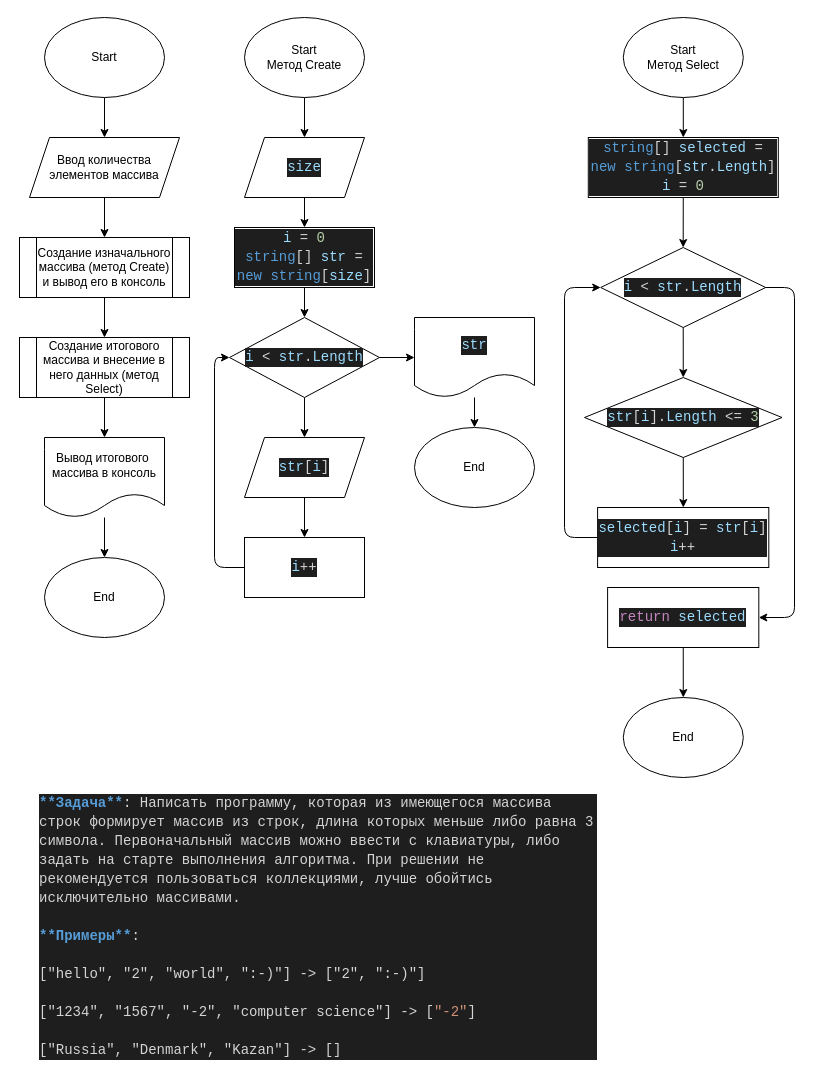
Above: Scheme.drawio in Vlad-on-GiT/chooseSpec (draw.io), before the change. Source tidied: cells renumbered, new cells numbered last; positions are measured from the earlier drawing's top-left corner, leaving out a move shared by most shapes. Both pictures are drawn from the tidied source at 100%, with x=0, y=0 at pixel (19, 17).
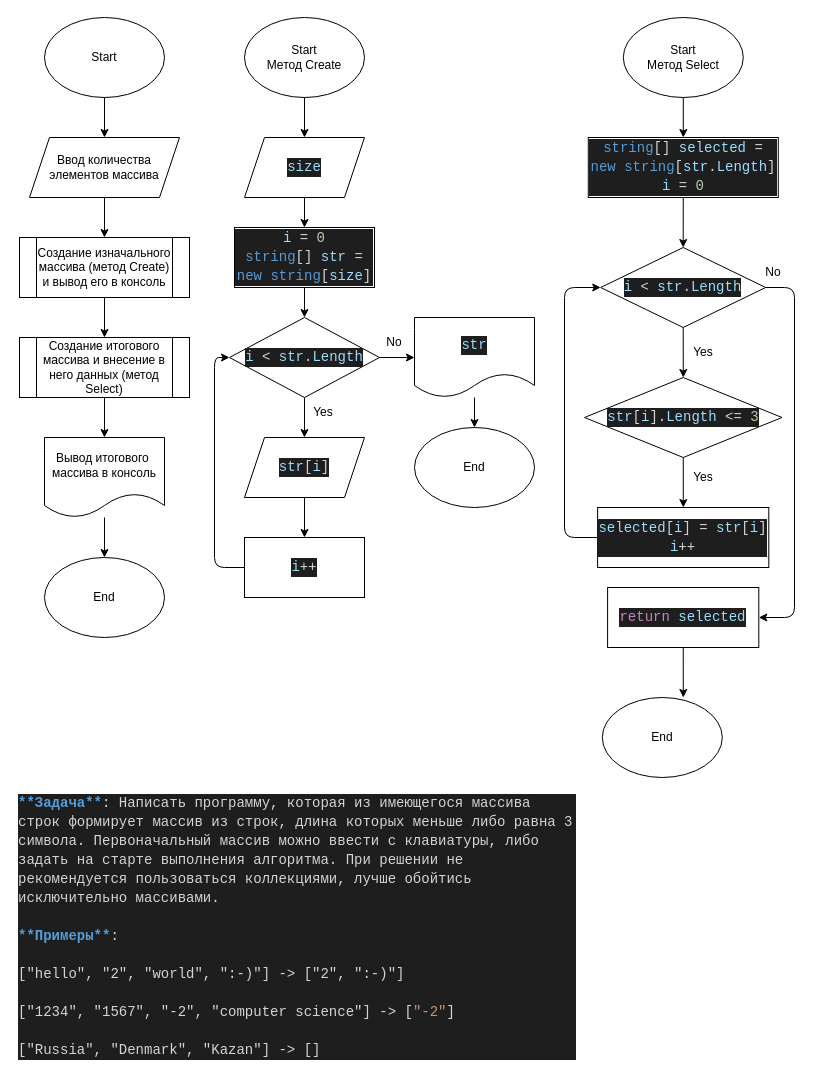
The same diagram, later.

The change refers to these unchanged cells:
```xml
<mxCell id="41" value="&lt;div style=&quot;color: rgb(212 , 212 , 212) ; background-color: rgb(30 , 30 , 30) ; font-family: &amp;#34;consolas&amp;#34; , &amp;#34;courier new&amp;#34; , monospace ; font-size: 14px ; line-height: 19px&quot;&gt;&lt;span style=&quot;color: #c586c0&quot;&gt;return&lt;/span&gt; &lt;span style=&quot;color: #9cdcfe&quot;&gt;selected&lt;/span&gt;&lt;/div&gt;" style="rounded=0;whiteSpace=wrap;html=1;" parent="1" vertex="1">
  <mxGeometry x="588.1" y="570" width="151.2" height="60" as="geometry" />
</mxCell>
```

The edit, as a diff of the source:
```diff
@@
-    <mxCell id="40" style="edgeStyle=none;html=1;entryX=0.5;entryY=0;entryDx=0;entryDy=0;" parent="1" edge="1" source="41" target="42">
-      <mxGeometry relative="1" as="geometry" />
+    <mxCell id="40" style="edgeStyle=none;html=1;entryX=0.5;entryY=0;entryDx=0;entryDy=0;" parent="1" edge="1" source="41">
+      <mxGeometry relative="1" as="geometry">
+        <mxPoint x="663.8" y="680" as="targetPoint" />
+      </mxGeometry>
     </mxCell>
@@
     <mxCell id="42" value="End" style="ellipse;whiteSpace=wrap;html=1;" parent="1" vertex="1">
-      <mxGeometry x="603.8" y="680" width="120" height="80" as="geometry" />
+      <mxGeometry x="582.8" y="680" width="120" height="80" as="geometry" />
     </mxCell>
     <mxCell id="43" value="&lt;div style=&quot;color: rgb(212, 212, 212); background-color: rgb(30, 30, 30); font-family: consolas, &amp;quot;courier new&amp;quot;, monospace; font-weight: normal; font-size: 14px; line-height: 19px;&quot;&gt;&lt;div&gt;&lt;span style=&quot;color: #569cd6 ; font-weight: bold&quot;&gt;**Задача**&lt;/span&gt;&lt;span style=&quot;color: #d4d4d4&quot;&gt;: Написать программу, которая из имеющегося массива строк формирует массив из строк, длина которых меньше либо равна 3 символа. Первоначальный массив можно ввести с клавиатуры, либо задать на старте выполнения алгоритма. При решении не рекомендуется пользоваться коллекциями, лучше обойтись исключительно массивами.&lt;/span&gt;&lt;/div&gt;&lt;br&gt;&lt;div&gt;&lt;span style=&quot;color: #569cd6 ; font-weight: bold&quot;&gt;**Примеры**&lt;/span&gt;&lt;span style=&quot;color: #d4d4d4&quot;&gt;:&lt;/span&gt;&lt;/div&gt;&lt;br&gt;&lt;div&gt;&lt;span style=&quot;color: #d4d4d4&quot;&gt;[&quot;hello&quot;, &quot;2&quot;, &quot;world&quot;, &quot;:-)&quot;] -&amp;gt; [&quot;2&quot;, &quot;:-)&quot;]&lt;/span&gt;&lt;/div&gt;&lt;br&gt;&lt;div&gt;&lt;span style=&quot;color: #d4d4d4&quot;&gt;[&quot;1234&quot;, &quot;1567&quot;, &quot;-2&quot;, &quot;computer science&quot;] -&amp;gt; [&lt;/span&gt;&lt;span style=&quot;color: #ce9178&quot;&gt;&quot;-2&quot;&lt;/span&gt;&lt;span style=&quot;color: #d4d4d4&quot;&gt;]&lt;/span&gt;&lt;/div&gt;&lt;br&gt;&lt;div&gt;&lt;span style=&quot;color: #d4d4d4&quot;&gt;[&quot;Russia&quot;, &quot;Denmark&quot;, &quot;Kazan&quot;] -&amp;gt; []&lt;/span&gt;&lt;/div&gt;&lt;/div&gt;" style="text;whiteSpace=wrap;html=1;" parent="1" vertex="1">
-      <mxGeometry x="18.1" y="770" width="560" height="120" as="geometry" />
+      <mxGeometry x="-2.9" y="770" width="560" height="120" as="geometry" />
     </mxCell>
+    <mxCell id="44" value="Yes" style="text;html=1;strokeColor=none;fillColor=none;align=center;verticalAlign=middle;whiteSpace=wrap;rounded=0;" parent="1" vertex="1">
+      <mxGeometry x="274" y="380" width="60" height="30" as="geometry" />
+    </mxCell>
+    <mxCell id="45" value="Yes" style="text;html=1;strokeColor=none;fillColor=none;align=center;verticalAlign=middle;whiteSpace=wrap;rounded=0;" parent="1" vertex="1">
+      <mxGeometry x="654" y="320" width="60" height="30" as="geometry" />
+    </mxCell>
+    <mxCell id="46" value="Yes" style="text;html=1;strokeColor=none;fillColor=none;align=center;verticalAlign=middle;whiteSpace=wrap;rounded=0;" parent="1" vertex="1">
+      <mxGeometry x="654" y="445" width="60" height="30" as="geometry" />
+    </mxCell>
+    <mxCell id="47" value="No" style="text;html=1;strokeColor=none;fillColor=none;align=center;verticalAlign=middle;whiteSpace=wrap;rounded=0;" parent="1" vertex="1">
+      <mxGeometry x="345" y="310" width="60" height="30" as="geometry" />
+    </mxCell>
+    <mxCell id="48" value="No" style="text;html=1;strokeColor=none;fillColor=none;align=center;verticalAlign=middle;whiteSpace=wrap;rounded=0;" parent="1" vertex="1">
+      <mxGeometry x="723.8" y="240" width="60" height="30" as="geometry" />
+    </mxCell>
```
